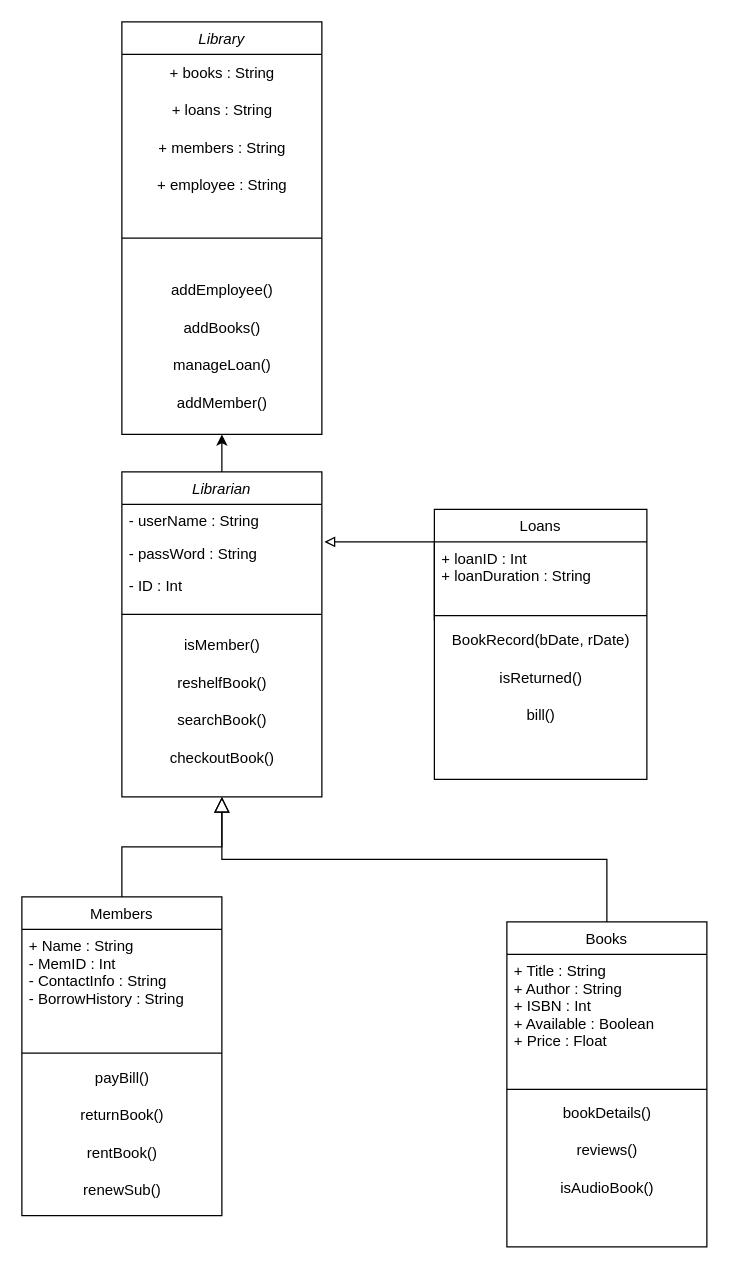
This is Untitled Diagram.drawio from Twpendleton/ClassUMLDiagram, a draw.io file, before an edit. Source tidied: cells renumbered, new cells numbered last; positions are measured from the earlier drawing's top-left corner, leaving out a move shared by most shapes. Both pictures are drawn from the tidied source at 125%, with x=0, y=0 at pixel (21, 21).
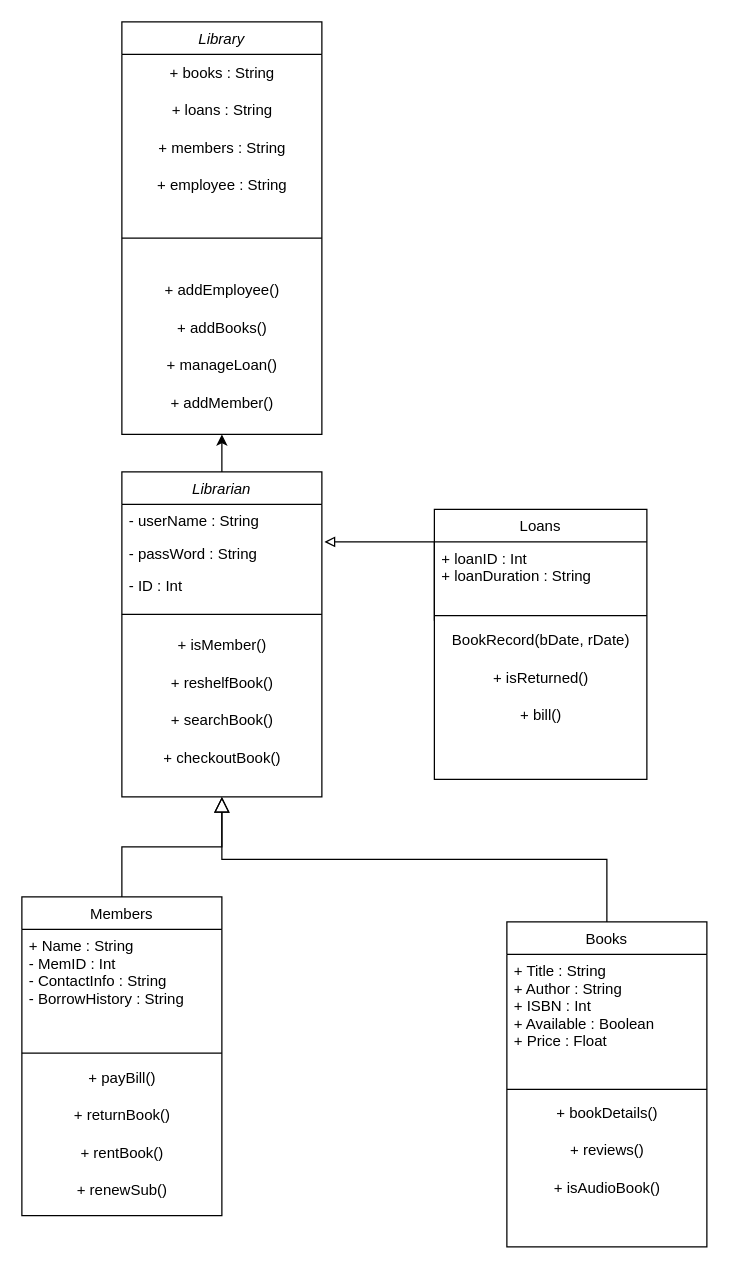
The same page after the edit.

Commit message:
Add visibility indicators for methods

Unchanged cells that the change refers to:
```xml
<mxCell id="3" value="Librarian" style="swimlane;fontStyle=2;align=center;verticalAlign=top;horizontal=1;startSize=26;rounded=0;shadow=0;strokeWidth=1;" parent="1" vertex="1">
  <mxGeometry x="80" y="360" width="160" height="260" as="geometry" />
</mxCell>
<mxCell id="12" value="Members" style="swimlane;fontStyle=0;align=center;verticalAlign=top;horizontal=1;startSize=26;rounded=0;shadow=0;strokeWidth=1;" parent="1" vertex="1">
  <mxGeometry y="700" width="160" height="255" as="geometry" />
</mxCell>
<mxCell id="20" value="Books" style="swimlane;fontStyle=0;align=center;verticalAlign=top;horizontal=1;startSize=26;rounded=0;shadow=0;strokeWidth=1;" parent="1" vertex="1">
  <mxGeometry x="388" y="720" width="160" height="260" as="geometry" />
</mxCell>
<mxCell id="27" value="Loans" style="swimlane;fontStyle=0;align=center;verticalAlign=top;horizontal=1;startSize=26;rounded=0;shadow=0;strokeWidth=1;" parent="1" vertex="1">
  <mxGeometry x="330" y="390" width="170" height="216" as="geometry" />
</mxCell>
<mxCell id="34" value="Library" style="swimlane;fontStyle=2;align=center;verticalAlign=top;horizontal=1;startSize=26;rounded=0;shadow=0;strokeWidth=1;" parent="1" vertex="1">
  <mxGeometry x="80" width="160" height="330" as="geometry" />
</mxCell>
```

Change to the diagram source:
```diff
@@
-    <mxCell id="8" value="isMember()" style="text;html=1;align=center;verticalAlign=middle;strokeColor=none;fillColor=none;" parent="3" vertex="1">
+    <mxCell id="8" value="+ isMember()" style="text;html=1;align=center;verticalAlign=middle;strokeColor=none;fillColor=none;" parent="3" vertex="1">
       <mxGeometry y="124" width="160" height="30" as="geometry" />
     </mxCell>
-    <mxCell id="9" value="reshelfBook()" style="text;html=1;align=center;verticalAlign=middle;strokeColor=none;fillColor=none;" parent="3" vertex="1">
+    <mxCell id="9" value="+ reshelfBook()" style="text;html=1;align=center;verticalAlign=middle;strokeColor=none;fillColor=none;" parent="3" vertex="1">
       <mxGeometry y="154" width="160" height="30" as="geometry" />
     </mxCell>
-    <mxCell id="10" value="searchBook()" style="text;html=1;align=center;verticalAlign=middle;strokeColor=none;fillColor=none;" parent="3" vertex="1">
+    <mxCell id="10" value="+ searchBook()" style="text;html=1;align=center;verticalAlign=middle;strokeColor=none;fillColor=none;" parent="3" vertex="1">
       <mxGeometry y="184" width="160" height="30" as="geometry" />
     </mxCell>
-    <mxCell id="11" value="checkoutBook()" style="text;html=1;align=center;verticalAlign=middle;strokeColor=none;fillColor=none;" parent="3" vertex="1">
+    <mxCell id="11" value="+ checkoutBook()" style="text;html=1;align=center;verticalAlign=middle;strokeColor=none;fillColor=none;" parent="3" vertex="1">
       <mxGeometry y="214" width="160" height="30" as="geometry" />
     </mxCell>
@@
-    <mxCell id="15" value="payBill()" style="text;html=1;align=center;verticalAlign=middle;strokeColor=none;fillColor=none;" parent="12" vertex="1">
+    <mxCell id="15" value="+ payBill()" style="text;html=1;align=center;verticalAlign=middle;strokeColor=none;fillColor=none;" parent="12" vertex="1">
       <mxGeometry y="130" width="160" height="30" as="geometry" />
     </mxCell>
-    <mxCell id="16" value="returnBook()" style="text;html=1;align=center;verticalAlign=middle;strokeColor=none;fillColor=none;" parent="12" vertex="1">
+    <mxCell id="16" value="+ returnBook()" style="text;html=1;align=center;verticalAlign=middle;strokeColor=none;fillColor=none;" parent="12" vertex="1">
       <mxGeometry y="160" width="160" height="30" as="geometry" />
     </mxCell>
-    <mxCell id="17" value="rentBook()" style="text;html=1;align=center;verticalAlign=middle;strokeColor=none;fillColor=none;" parent="12" vertex="1">
+    <mxCell id="17" value="+ rentBook()" style="text;html=1;align=center;verticalAlign=middle;strokeColor=none;fillColor=none;" parent="12" vertex="1">
       <mxGeometry y="190" width="160" height="30" as="geometry" />
     </mxCell>
-    <mxCell id="18" value="renewSub()" style="text;html=1;align=center;verticalAlign=middle;strokeColor=none;fillColor=none;" parent="12" vertex="1">
+    <mxCell id="18" value="+ renewSub()" style="text;html=1;align=center;verticalAlign=middle;strokeColor=none;fillColor=none;" parent="12" vertex="1">
       <mxGeometry y="220" width="160" height="30" as="geometry" />
     </mxCell>
@@
-    <mxCell id="23" value="bookDetails()" style="text;html=1;align=center;verticalAlign=middle;strokeColor=none;fillColor=none;" parent="20" vertex="1">
+    <mxCell id="23" value="+ bookDetails()" style="text;html=1;align=center;verticalAlign=middle;strokeColor=none;fillColor=none;" parent="20" vertex="1">
       <mxGeometry y="138" width="160" height="30" as="geometry" />
     </mxCell>
-    <mxCell id="24" value="reviews()" style="text;html=1;align=center;verticalAlign=middle;strokeColor=none;fillColor=none;" parent="20" vertex="1">
+    <mxCell id="24" value="+ reviews()" style="text;html=1;align=center;verticalAlign=middle;strokeColor=none;fillColor=none;" parent="20" vertex="1">
       <mxGeometry y="168" width="160" height="30" as="geometry" />
     </mxCell>
-    <mxCell id="25" value="isAudioBook()" style="text;html=1;align=center;verticalAlign=middle;strokeColor=none;fillColor=none;" parent="20" vertex="1">
+    <mxCell id="25" value="+ isAudioBook()" style="text;html=1;align=center;verticalAlign=middle;strokeColor=none;fillColor=none;" parent="20" vertex="1">
       <mxGeometry y="198" width="160" height="30" as="geometry" />
     </mxCell>
@@
-    <mxCell id="31" value="isReturned()" style="text;html=1;align=center;verticalAlign=middle;strokeColor=none;fillColor=none;" parent="27" vertex="1">
+    <mxCell id="31" value="+ isReturned()" style="text;html=1;align=center;verticalAlign=middle;strokeColor=none;fillColor=none;" parent="27" vertex="1">
       <mxGeometry y="120" width="170" height="30" as="geometry" />
     </mxCell>
-    <mxCell id="32" value="bill()" style="text;html=1;align=center;verticalAlign=middle;strokeColor=none;fillColor=none;" parent="27" vertex="1">
+    <mxCell id="32" value="+ bill()" style="text;html=1;align=center;verticalAlign=middle;strokeColor=none;fillColor=none;" parent="27" vertex="1">
       <mxGeometry y="150" width="170" height="30" as="geometry" />
     </mxCell>
@@
-    <mxCell id="40" value="addEmployee()" style="text;html=1;align=center;verticalAlign=middle;strokeColor=none;fillColor=none;" parent="34" vertex="1">
+    <mxCell id="40" value="+ addEmployee()" style="text;html=1;align=center;verticalAlign=middle;strokeColor=none;fillColor=none;" parent="34" vertex="1">
       <mxGeometry y="200" width="160" height="30" as="geometry" />
     </mxCell>
-    <mxCell id="41" value="addBooks()" style="text;html=1;align=center;verticalAlign=middle;strokeColor=none;fillColor=none;" parent="34" vertex="1">
+    <mxCell id="41" value="+ addBooks()" style="text;html=1;align=center;verticalAlign=middle;strokeColor=none;fillColor=none;" parent="34" vertex="1">
       <mxGeometry y="230" width="160" height="30" as="geometry" />
     </mxCell>
-    <mxCell id="42" value="manageLoan()" style="text;html=1;align=center;verticalAlign=middle;strokeColor=none;fillColor=none;" parent="34" vertex="1">
+    <mxCell id="42" value="+ manageLoan()" style="text;html=1;align=center;verticalAlign=middle;strokeColor=none;fillColor=none;" parent="34" vertex="1">
       <mxGeometry y="260" width="160" height="30" as="geometry" />
     </mxCell>
-    <mxCell id="43" value="addMember()" style="text;html=1;align=center;verticalAlign=middle;strokeColor=none;fillColor=none;" parent="34" vertex="1">
+    <mxCell id="43" value="+ addMember()" style="text;html=1;align=center;verticalAlign=middle;strokeColor=none;fillColor=none;" parent="34" vertex="1">
       <mxGeometry y="290" width="160" height="30" as="geometry" />
     </mxCell>
```
